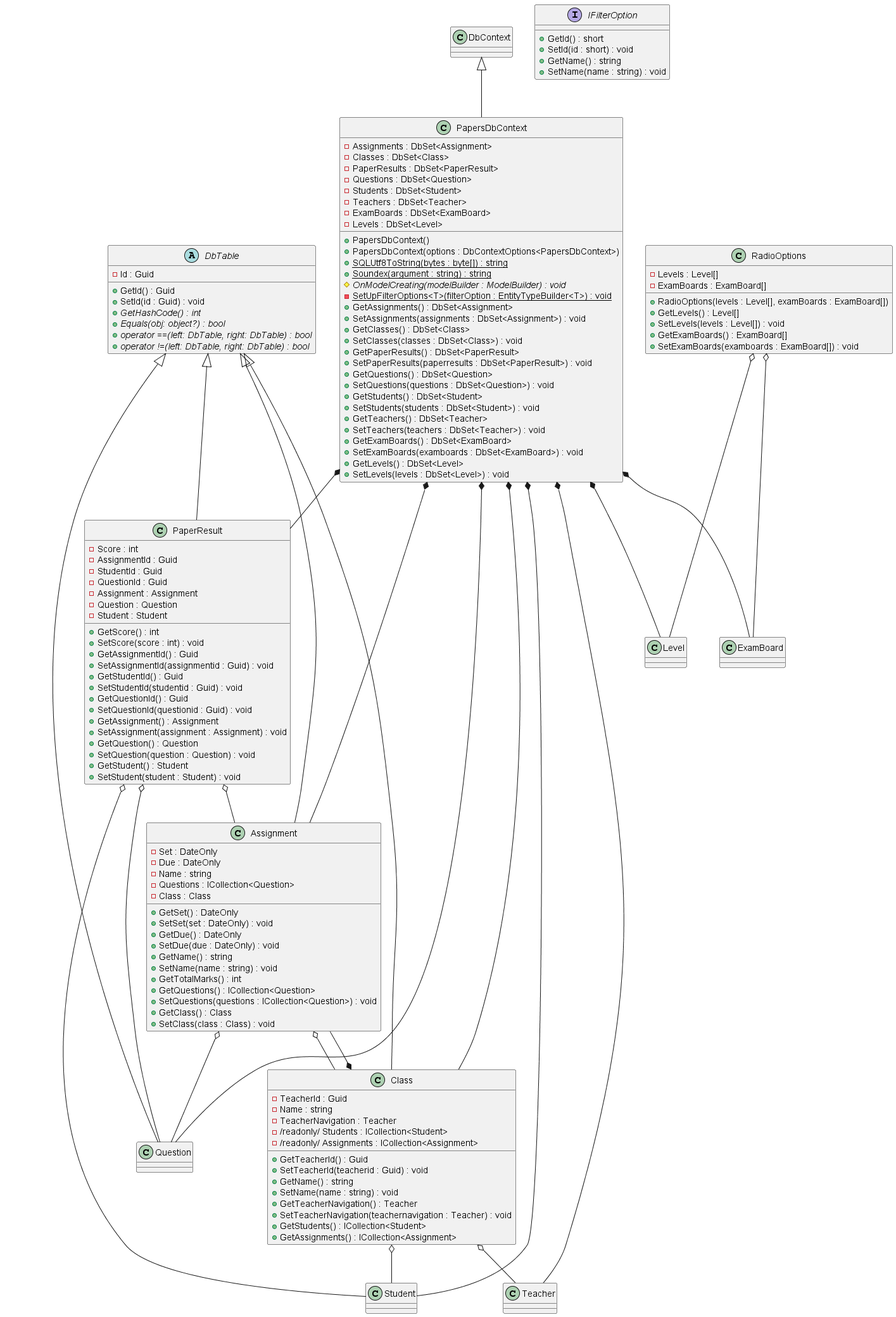
The PlantUML diagram PlantUML.png in HaroldIV/CourseworkPastPaperApplication2, before a commit. The source it was exported from:
```plantuml
@startuml

abstract class DbTable {
    - Id : Guid
    + GetId() : Guid
+ SetId(id : Guid) : void
    + {abstract} GetHashCode() : int
    + {abstract} Equals(obj: object?) : bool
    + {abstract} operator ==(left: DbTable, right: DbTable) : bool
    + {abstract} operator !=(left: DbTable, right: DbTable) : bool
}

class PapersDbContext extends DbContext
{
+ PapersDbContext()
+ PapersDbContext(options : DbContextOptions<PapersDbContext>)
+ {static} SQLUtf8ToString(bytes : byte[]) : string
+ {static} Soundex(argument : string) : string
# {abstract} OnModelCreating(modelBuilder : ModelBuilder) : void
- {static} SetUpFilterOptions<T>(filterOption : EntityTypeBuilder<T>) : void
- Assignments : DbSet<Assignment>
+ GetAssignments() : DbSet<Assignment>
+ SetAssignments(assignments : DbSet<Assignment>) : void
- Classes : DbSet<Class>
+ GetClasses() : DbSet<Class>
+ SetClasses(classes : DbSet<Class>) : void
- PaperResults : DbSet<PaperResult>
+ GetPaperResults() : DbSet<PaperResult>
+ SetPaperResults(paperresults : DbSet<PaperResult>) : void
- Questions : DbSet<Question>
+ GetQuestions() : DbSet<Question>
+ SetQuestions(questions : DbSet<Question>) : void
- Students : DbSet<Student>
+ GetStudents() : DbSet<Student>
+ SetStudents(students : DbSet<Student>) : void
- Teachers : DbSet<Teacher>
+ GetTeachers() : DbSet<Teacher>
+ SetTeachers(teachers : DbSet<Teacher>) : void
- ExamBoards : DbSet<ExamBoard>
+ GetExamBoards() : DbSet<ExamBoard>
+ SetExamBoards(examboards : DbSet<ExamBoard>) : void
- Levels : DbSet<Level>
+ GetLevels() : DbSet<Level>
+ SetLevels(levels : DbSet<Level>) : void
}
PapersDbContext *-- Assignment
PapersDbContext *-- Class
PapersDbContext *-- PaperResult
PapersDbContext *-- Question
PapersDbContext *-- Student
PapersDbContext *-- Teacher
PapersDbContext *-- ExamBoard
PapersDbContext *-- Level

class PaperResult extends DbTable {
- Score : int
+ GetScore() : int
+ SetScore(score : int) : void
- AssignmentId : Guid
+ GetAssignmentId() : Guid
+ SetAssignmentId(assignmentid : Guid) : void
- StudentId : Guid
+ GetStudentId() : Guid
+ SetStudentId(studentid : Guid) : void
- QuestionId : Guid
+ GetQuestionId() : Guid
+ SetQuestionId(questionid : Guid) : void
- Assignment : Assignment
+ GetAssignment() : Assignment
+ SetAssignment(assignment : Assignment) : void
- Question : Question
+ GetQuestion() : Question
+ SetQuestion(question : Question) : void
- Student : Student
+ GetStudent() : Student
+ SetStudent(student : Student) : void
}
PaperResult o-- Assignment
PaperResult o-- Question
PaperResult o-- Student

class Class extends DbTable
{
- TeacherId : Guid
+ GetTeacherId() : Guid
+ SetTeacherId(teacherid : Guid) : void
- Name : string
+ GetName() : string
+ SetName(name : string) : void
- TeacherNavigation : Teacher
+ GetTeacherNavigation() : Teacher
+ SetTeacherNavigation(teachernavigation : Teacher) : void
- /readonly/ Students : ICollection<Student>
+ GetStudents() : ICollection<Student>
- /readonly/ Assignments : ICollection<Assignment>
+ GetAssignments() : ICollection<Assignment>
}
Class o-- Teacher
Class o-- Student
Class *-- Assignment

class Assignment {
    - Set : DateOnly
+ GetSet() : DateOnly
+ SetSet(set : DateOnly) : void
- Due : DateOnly
+ GetDue() : DateOnly
+ SetDue(due : DateOnly) : void
- Name : string
+ GetName() : string
+ SetName(name : string) : void
+ GetTotalMarks() : int
- Questions : ICollection<Question>
+ GetQuestions() : ICollection<Question>
+ SetQuestions(questions : ICollection<Question>) : void
- Class : Class
+ GetClass() : Class
+ SetClass(class : Class) : void
}
Assignment o-- Class
Assignment o-- Question

interface IFilterOption {
+ GetId() : short
+ SetId(id : short) : void
+ GetName() : string
+ SetName(name : string) : void
}

class RadioOptions
{
+ RadioOptions(levels : Level[], examBoards : ExamBoard[])
- Levels : Level[]
+ GetLevels() : Level[]
+ SetLevels(levels : Level[]) : void
- ExamBoards : ExamBoard[]
+ GetExamBoards() : ExamBoard[]
+ SetExamBoards(examboards : ExamBoard[]) : void
}
RadioOptions o-- Level
RadioOptions o-- ExamBoard


DbTable <|-- Question
DbTable <|-- Assignment

@enduml
```
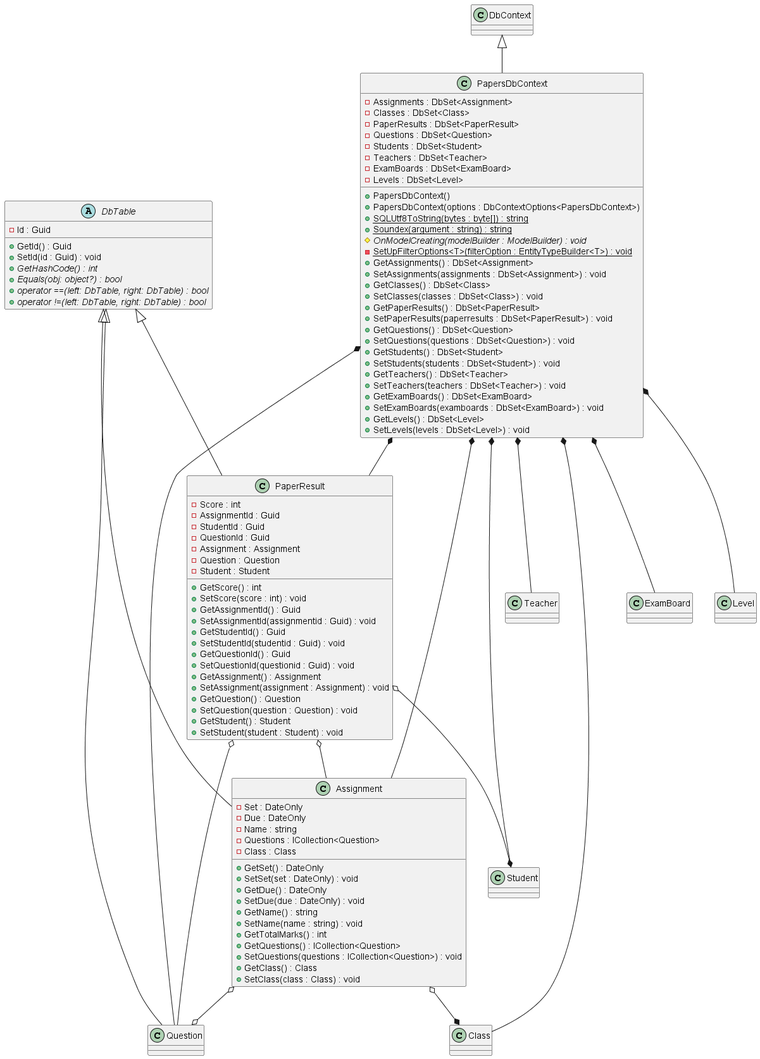
After the change.

What changed in the source:
```diff
@@ -77,27 +77,7 @@
 }
 PaperResult o-- Assignment
 PaperResult o-- Question
-PaperResult o-- Student
-
-class Class extends DbTable
-{
-- TeacherId : Guid
-+ GetTeacherId() : Guid
-+ SetTeacherId(teacherid : Guid) : void
-- Name : string
-+ GetName() : string
-+ SetName(name : string) : void
-- TeacherNavigation : Teacher
-+ GetTeacherNavigation() : Teacher
-+ SetTeacherNavigation(teachernavigation : Teacher) : void
-- /readonly/ Students : ICollection<Student>
-+ GetStudents() : ICollection<Student>
-- /readonly/ Assignments : ICollection<Assignment>
-+ GetAssignments() : ICollection<Assignment>
-}
-Class o-- Teacher
-Class o-- Student
-Class *-- Assignment
+PaperResult o--* Student
 
 class Assignment {
     - Set : DateOnly
@@ -117,29 +97,8 @@
 + GetClass() : Class
 + SetClass(class : Class) : void
 }
-Assignment o-- Class
-Assignment o-- Question
-
-interface IFilterOption {
-+ GetId() : short
-+ SetId(id : short) : void
-+ GetName() : string
-+ SetName(name : string) : void
-}
-
-class RadioOptions
-{
-+ RadioOptions(levels : Level[], examBoards : ExamBoard[])
-- Levels : Level[]
-+ GetLevels() : Level[]
-+ SetLevels(levels : Level[]) : void
-- ExamBoards : ExamBoard[]
-+ GetExamBoards() : ExamBoard[]
-+ SetExamBoards(examboards : ExamBoard[]) : void
-}
-RadioOptions o-- Level
-RadioOptions o-- ExamBoard
-
+Assignment o--* Class
+Assignment o--o Question
 
 DbTable <|-- Question
 DbTable <|-- Assignment
```
